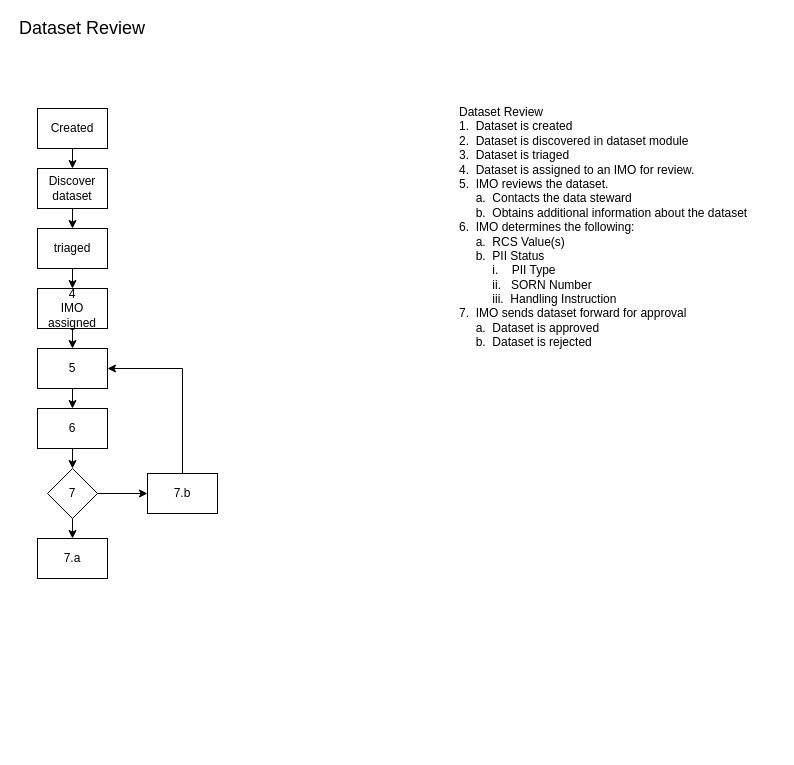
Earlier version of the draw.io diagram page "Dataset Review WorkFlow" (2 of 5) of Drawings/Eva/Dataset/Dataset.drawio (flare891/rmslow). Source tidied: cells renumbered, new cells numbered last; positions are measured from the earlier drawing's top-left corner, leaving out a move shared by most shapes. Both pictures are drawn from the tidied source at 100%, with x=0, y=0 at pixel (17, 18).
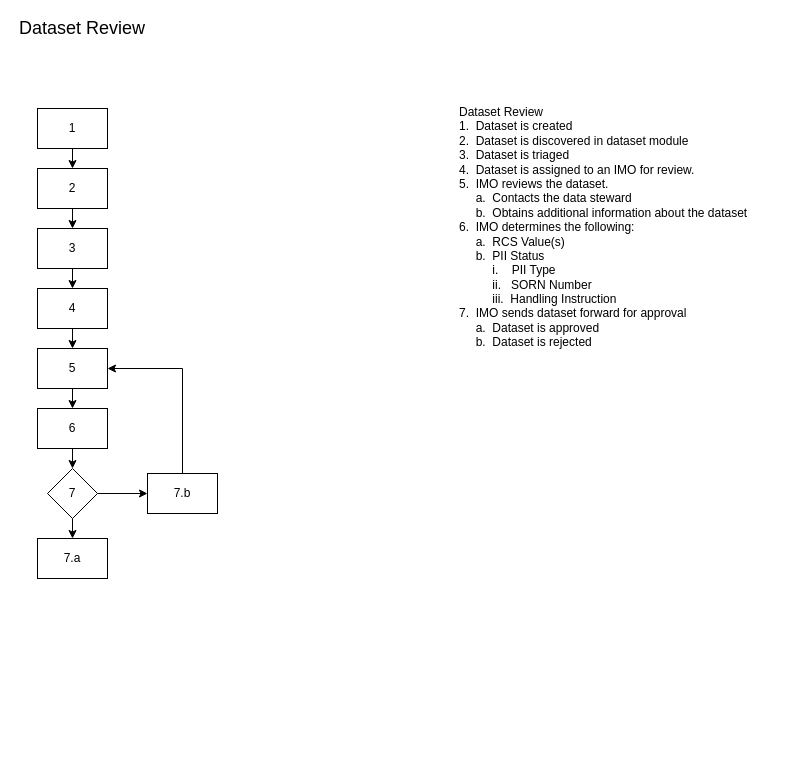
The same diagram, later.

The edit, as a diff of the source:
```diff
@@
-    <mxCell id="4" value="Created" style="rounded=0;whiteSpace=wrap;html=1;" parent="1" vertex="1">
+    <mxCell id="4" value="1" style="rounded=0;whiteSpace=wrap;html=1;" parent="1" vertex="1">
       <mxGeometry x="20" y="90" width="70" height="40" as="geometry" />
     </mxCell>
@@
-    <mxCell id="6" value="Discover dataset" style="rounded=0;whiteSpace=wrap;html=1;" parent="1" vertex="1">
+    <mxCell id="6" value="2" style="rounded=0;whiteSpace=wrap;html=1;" parent="1" vertex="1">
       <mxGeometry x="20" y="150" width="70" height="40" as="geometry" />
     </mxCell>
@@
-    <mxCell id="8" value="triaged" style="rounded=0;whiteSpace=wrap;html=1;" parent="1" vertex="1">
+    <mxCell id="8" value="3" style="rounded=0;whiteSpace=wrap;html=1;" parent="1" vertex="1">
       <mxGeometry x="20" y="210" width="70" height="40" as="geometry" />
     </mxCell>
@@
-    <mxCell id="11" value="4&lt;br&gt;IMO assigned" style="rounded=0;whiteSpace=wrap;html=1;" parent="1" vertex="1">
+    <mxCell id="11" value="4" style="rounded=0;whiteSpace=wrap;html=1;" parent="1" vertex="1">
       <mxGeometry x="20" y="270" width="70" height="40" as="geometry" />
     </mxCell>
```
